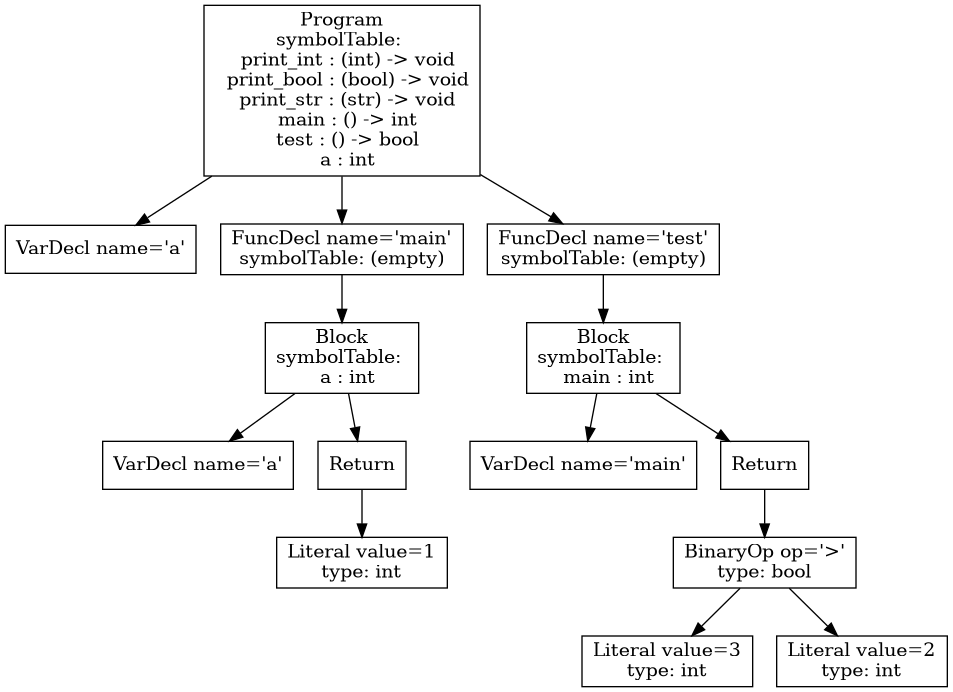
Above: p3-analysis/tree.png in purejerome/cs432_project (Graphviz), before the change. Its source is kept beside it as p3-analysis/tree.dot.
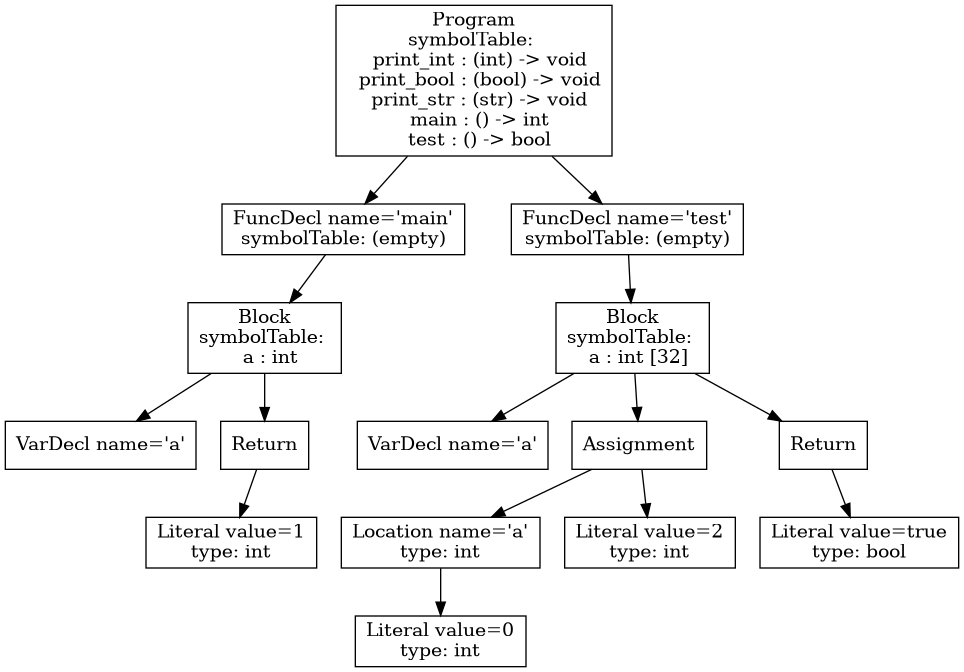
Later version of the same file.

Commit message:
updated function and return checking logic

The edit, as a diff of the source:
```diff
@@ -1,29 +1,31 @@
 digraph AST {
-1 [shape=box, label="VarDecl name='a'"];
-4 [shape=box, label="VarDecl name='a'"];
-6 [shape=box, label="Literal value=1\ntype: int"];
-5 [shape=box, label="Return"];
-5 -> 6;
-3 [shape=box, label="Block\nsymbolTable: \n  a : int"];
-3 -> 4;
-3 -> 5;
-2 [shape=box, label="FuncDecl name='main'\nsymbolTable: (empty)"];
+3 [shape=box, label="VarDecl name='a'"];
+5 [shape=box, label="Literal value=1\ntype: int"];
+4 [shape=box, label="Return"];
+4 -> 5;
+2 [shape=box, label="Block\nsymbolTable: \n  a : int"];
 2 -> 3;
-9 [shape=box, label="VarDecl name='main'"];
-12 [shape=box, label="Literal value=3\ntype: int"];
-13 [shape=box, label="Literal value=2\ntype: int"];
-11 [shape=box, label="BinaryOp op='>'\ntype: bool"];
-11 -> 12;
-11 -> 13;
-10 [shape=box, label="Return"];
+2 -> 4;
+1 [shape=box, label="FuncDecl name='main'\nsymbolTable: (empty)"];
+1 -> 2;
+8 [shape=box, label="VarDecl name='a'"];
+11 [shape=box, label="Literal value=0\ntype: int"];
+10 [shape=box, label="Location name='a'\ntype: int"];
 10 -> 11;
-8 [shape=box, label="Block\nsymbolTable: \n  main : int"];
-8 -> 9;
-8 -> 10;
-7 [shape=box, label="FuncDecl name='test'\nsymbolTable: (empty)"];
+12 [shape=box, label="Literal value=2\ntype: int"];
+9 [shape=box, label="Assignment"];
+9 -> 10;
+9 -> 12;
+14 [shape=box, label="Literal value=true\ntype: bool"];
+13 [shape=box, label="Return"];
+13 -> 14;
+7 [shape=box, label="Block\nsymbolTable: \n  a : int [32]"];
 7 -> 8;
-0 [shape=box, label="Program\nsymbolTable: \n  print_int : (int) -> void\n  print_bool : (bool) -> void\n  print_str : (str) -> void\n  main : () -> int\n  test : () -> bool\n  a : int"];
+7 -> 9;
+7 -> 13;
+6 [shape=box, label="FuncDecl name='test'\nsymbolTable: (empty)"];
+6 -> 7;
+0 [shape=box, label="Program\nsymbolTable: \n  print_int : (int) -> void\n  print_bool : (bool) -> void\n  print_str : (str) -> void\n  main : () -> int\n  test : () -> bool"];
 0 -> 1;
-0 -> 2;
-0 -> 7;
+0 -> 6;
 }
```
